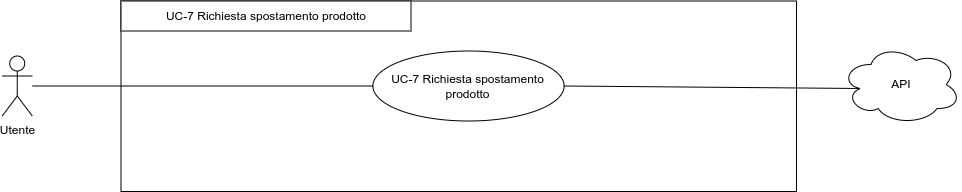
Earlier version of the draw.io export 2 - RTB/Documentazione esterna/Analisi dei Requisiti/imgs/uc7.png (Error-418-SWE/Documenti). Source tidied: cells renumbered, new cells last; positions are measured from the earlier drawing's top-left corner, leaving out a move shared by most shapes.
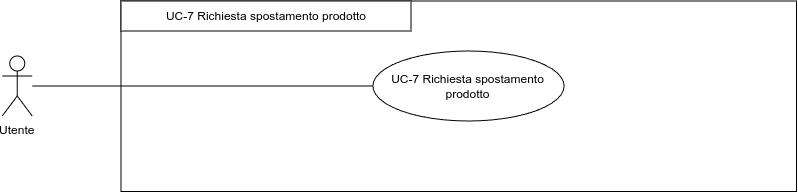
The same diagram one commit later.

Commit message:
Rimosse API come attori esterni

What changed in the source:
```diff
@@ -2,26 +2,20 @@
   <root>
     <mxCell id="0" />
     <mxCell id="1" parent="0" />
-    <mxCell id="2" style="rounded=0;whiteSpace=wrap;html=1;" parent="1" vertex="1">
+    <mxCell id="2" style="rounded=0;whiteSpace=wrap;" parent="1" vertex="1">
       <mxGeometry x="118.5" y="0.5" width="675.5" height="190.5" as="geometry" />
     </mxCell>
-    <mxCell id="3" value="Utente &lt;br&gt;" style="shape=umlActor;verticalLabelPosition=bottom;verticalAlign=top;html=1;outlineConnect=0;" parent="1" vertex="1">
+    <mxCell id="3" value="Utente &#10;" style="shape=umlActor;verticalLabelPosition=bottom;verticalAlign=top;outlineConnect=0;" parent="1" vertex="1">
       <mxGeometry x="-0.2" y="55.5" width="30" height="60" as="geometry" />
     </mxCell>
-    <mxCell id="4" value="UC-7 Richiesta spostamento&lt;br&gt;prodotto" style="ellipse;whiteSpace=wrap;html=1;" parent="1" vertex="1">
+    <mxCell id="4" value="UC-7 Richiesta spostamento&#10;prodotto" style="ellipse;whiteSpace=wrap;" parent="1" vertex="1">
       <mxGeometry x="370.4" y="50.5" width="191.2" height="70" as="geometry" />
     </mxCell>
-    <mxCell id="5" style="endArrow=none;html=1;rounded=0;entryX=0;entryY=0.5;entryDx=0;entryDy=0;" parent="1" edge="1" source="3" target="4">
+    <mxCell id="5" style="endArrow=none;rounded=0;entryX=0;entryY=0.5;entryDx=0;entryDy=0;" parent="1" edge="1" source="3" target="4">
       <mxGeometry relative="1" as="geometry" />
     </mxCell>
-    <mxCell id="6" style="endArrow=none;html=1;rounded=0;exitX=1;exitY=0.5;exitDx=0;exitDy=0;entryX=0.16;entryY=0.55;entryDx=0;entryDy=0;entryPerimeter=0;" parent="1" edge="1" source="4" target="7">
-      <mxGeometry relative="1" as="geometry" />
+    <mxCell id="6" value="UC-7 Richiesta spostamento prodotto" style="rounded=0;whiteSpace=wrap;" parent="1" vertex="1">
+      <mxGeometry x="118.5" y="0.5" width="290" height="30" as="geometry" />
     </mxCell>
-    <mxCell id="7" value="API" style="ellipse;shape=cloud;whiteSpace=wrap;html=1;" parent="1" vertex="1">
-      <mxGeometry x="838.5" y="44" width="120" height="80" as="geometry" />
-    </mxCell>
-    <mxCell id="8" value="UC-7 Richiesta spostamento prodotto" style="rounded=0;whiteSpace=wrap;html=1;" parent="1" vertex="1">
-      <mxGeometry x="118.5" y="0.5" width="290" height="30" as="geometry" />
-    </mxCell>
   </root>
 </mxGraphModel>
```
